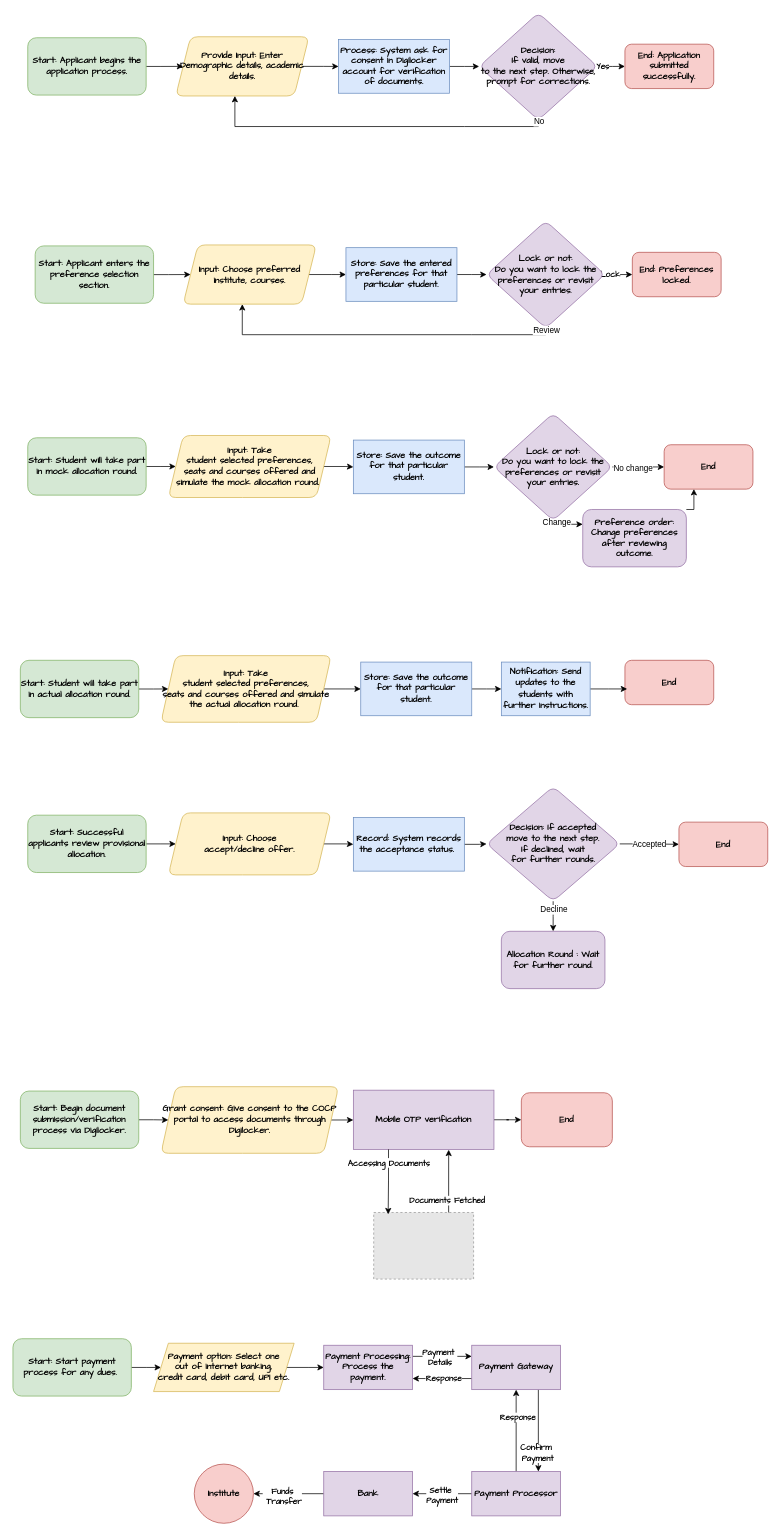
Before: page "Page-1" (1 of 3) of Architecture.drawio in prateek1o1/draw.io, a draw.io diagram. Source tidied: cells renumbered, new cells numbered last; positions are measured from the earlier drawing's top-left corner, leaving out a move shared by most shapes. Both pictures are drawn from the tidied source at 74%, with x=0, y=0 at pixel (13, 13). Pictures stored in the file or linked from it are replaced by grey dashed boxes.
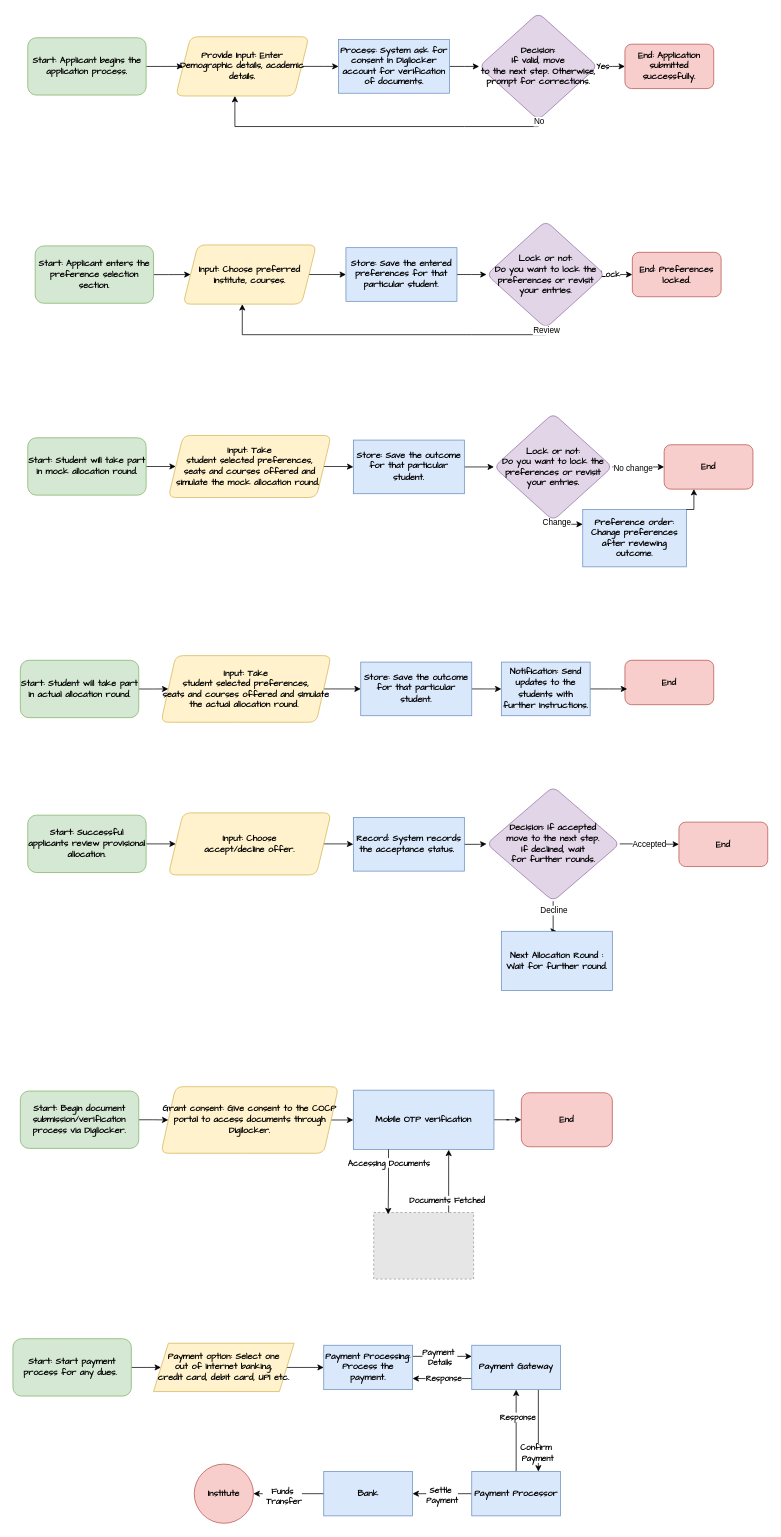
The same page after the edit.

Diff of the diagram source:
```diff
@@
-    <mxCell id="38" value="Preference order: Change preferences after reviewing outcome." style="whiteSpace=wrap;html=1;fontFamily=Comic Sans MS;fillColor=#e1d5e7;strokeColor=#9673a6;rounded=1;fontStyle=1;" parent="1" vertex="1">
+    <mxCell id="38" value="Preference order: Change preferences after reviewing outcome." style="whiteSpace=wrap;html=1;fontFamily=Comic Sans MS;fillColor=#dae8fc;strokeColor=#6c8ebf;rounded=0&#10;;fontStyle=1;" parent="1" vertex="1">
       <mxGeometry x="770" y="671" width="140" height="77.5" as="geometry" />
     </mxCell>
@@
-    <mxCell id="61" value="Allocation Round : Wait for further round." style="whiteSpace=wrap;html=1;fontFamily=Comic Sans MS;fillColor=#e1d5e7;strokeColor=#9673a6;rounded=1;fontStyle=1;" parent="1" vertex="1">
-      <mxGeometry x="660" y="1241" width="140" height="77.5" as="geometry" />
+    <mxCell id="61" value="Next Allocation Round : Wait for further round." style="whiteSpace=wrap;html=1;fontFamily=Comic Sans MS;fillColor=#dae8fc;strokeColor=#6c8ebf;rounded=0&#10;;fontStyle=1;" parent="1" vertex="1">
+      <mxGeometry x="660" y="1241" width="150" height="80" as="geometry" />
     </mxCell>
@@
-    <mxCell id="67" value="Mobile OTP verification" style="rounded=0;whiteSpace=wrap;html=1;fillColor=#e1d5e7;strokeColor=#9673a6;fontStyle=1;fontFamily=Comic Sans MS;" parent="1" vertex="1">
+    <mxCell id="67" value="Mobile OTP verification" style="rounded=0;whiteSpace=wrap;html=1;fillColor=#dae8fc;strokeColor=#6c8ebf;fontStyle=1;fontFamily=Comic Sans MS;" parent="1" vertex="1">
       <mxGeometry x="460" y="1455.7" width="190" height="80" as="geometry" />
     </mxCell>
@@
-    <mxCell id="78" value="Payment Processing: Process the payment." style="rounded=0;whiteSpace=wrap;html=1;fillColor=#e1d5e7;strokeColor=#9673a6;fontStyle=1;fontFamily=Comic Sans MS;" parent="1" vertex="1">
+    <mxCell id="78" value="Payment Processing: Process the payment." style="rounded=0;whiteSpace=wrap;html=1;fillColor=#dae8fc;strokeColor=#6c8ebf;fontStyle=1;fontFamily=Comic Sans MS;" parent="1" vertex="1">
       <mxGeometry x="420" y="1800.4" width="120" height="60" as="geometry" />
     </mxCell>
@@
-    <mxCell id="83" value="Payment Gateway" style="rounded=0;whiteSpace=wrap;html=1;fillColor=#e1d5e7;strokeColor=#9673a6;fontStyle=1;fontFamily=Comic Sans MS;" parent="1" vertex="1">
+    <mxCell id="83" value="Payment Gateway" style="rounded=0;whiteSpace=wrap;html=1;fillColor=#dae8fc;strokeColor=#6c8ebf;fontStyle=1;fontFamily=Comic Sans MS;" parent="1" vertex="1">
       <mxGeometry x="620" y="1800.4" width="120" height="60" as="geometry" />
     </mxCell>
@@
-    <mxCell id="88" value="Payment Processor" style="rounded=0;whiteSpace=wrap;html=1;fillColor=#e1d5e7;strokeColor=#9673a6;fontStyle=1;fontFamily=Comic Sans MS;" parent="1" vertex="1">
+    <mxCell id="88" value="Payment Processor" style="rounded=0;whiteSpace=wrap;html=1;fillColor=#dae8fc;strokeColor=#6c8ebf;fontStyle=1;fontFamily=Comic Sans MS;" parent="1" vertex="1">
       <mxGeometry x="620" y="1971" width="120" height="60" as="geometry" />
     </mxCell>
@@
-    <mxCell id="91" value="Bank" style="rounded=0;whiteSpace=wrap;html=1;fillColor=#e1d5e7;strokeColor=#9673a6;fontStyle=1;fontFamily=Comic Sans MS;" parent="1" vertex="1">
+    <mxCell id="91" value="Bank" style="rounded=0;whiteSpace=wrap;html=1;fillColor=#dae8fc;strokeColor=#6c8ebf;fontStyle=1;fontFamily=Comic Sans MS;" parent="1" vertex="1">
       <mxGeometry x="420" y="1971" width="120" height="60" as="geometry" />
     </mxCell>
```
